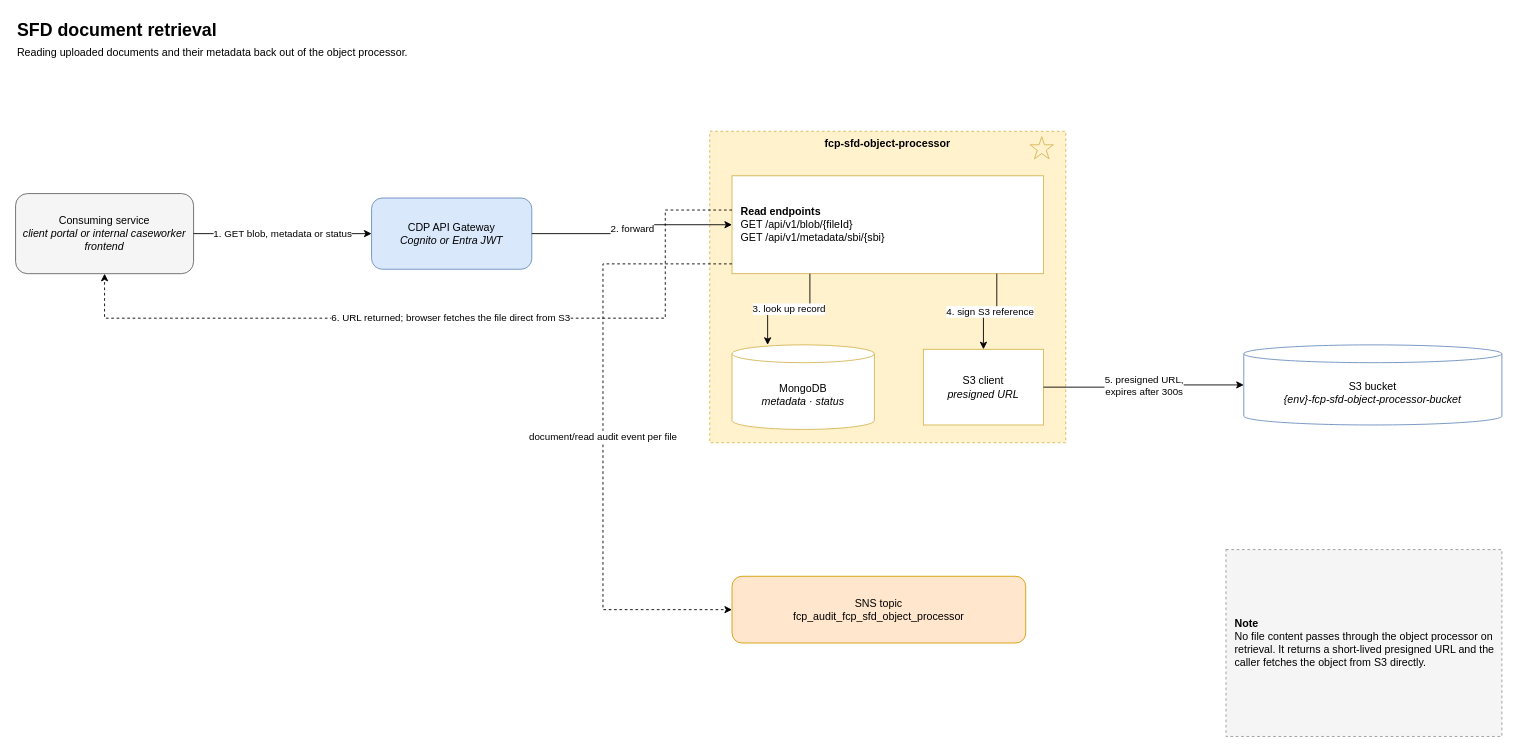
Above: page "Document retrieval" (2 of 2) of docs/diagrams/document-upload.drawio in DEFRA/fcp-sfd-core (draw.io), before the change. Source tidied: cells renumbered, new cells numbered last; positions are measured from the earlier drawing's top-left corner, leaving out a move shared by most shapes. Both pictures are drawn from the tidied source at 89%, with x=0, y=0 at pixel (15, 15).
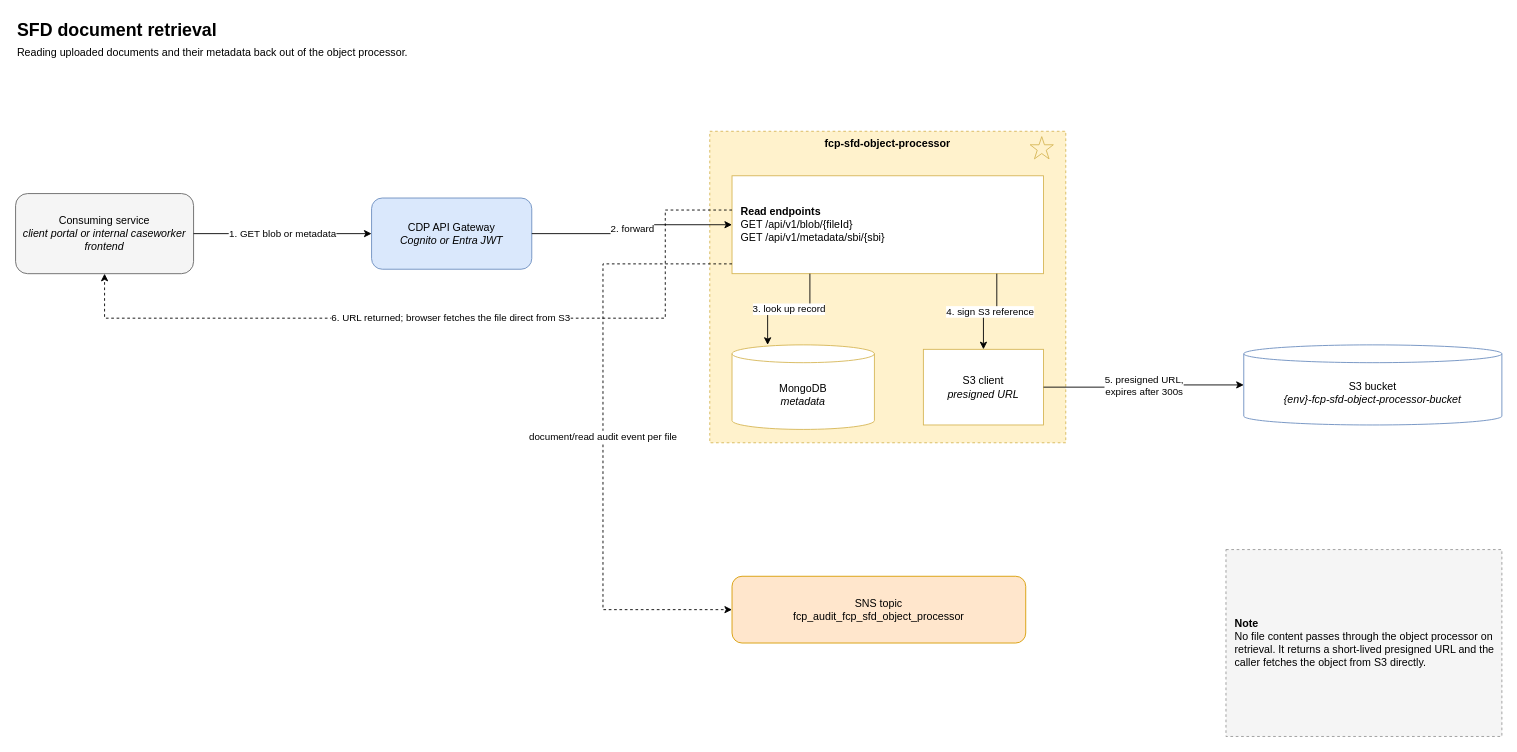
The same page after the edit.

Commit message:
docs: remove status operation from retrieval flow diagram

The change refers to these unchanged cells:
```xml
<mxCell id="4" value="Consuming service&lt;br&gt;&lt;i&gt;client portal or internal caseworker frontend&lt;/i&gt;" style="rounded=1;whiteSpace=wrap;html=1;fillColor=#f5f5f5;strokeColor=#666666;" parent="1" vertex="1">
  <mxGeometry y="200" width="200" height="90" as="geometry" />
</mxCell>
<mxCell id="5" value="CDP API Gateway&lt;br&gt;&lt;i&gt;Cognito or Entra JWT&lt;/i&gt;" style="rounded=1;whiteSpace=wrap;html=1;fillColor=#dae8fc;strokeColor=#6c8ebf;" parent="1" vertex="1">
  <mxGeometry x="400" y="205" width="180" height="80" as="geometry" />
</mxCell>
```

Change to the diagram source:
```diff
@@
-    <mxCell id="9" value="MongoDB&lt;br&gt;&lt;i&gt;metadata · status&lt;/i&gt;" style="shape=cylinder3;boundedLbl=1;backgroundOutline=1;size=10;whiteSpace=wrap;html=1;fillColor=#ffffff;strokeColor=#d6b656;" parent="1" vertex="1">
+    <mxCell id="9" value="MongoDB&lt;br&gt;&lt;i&gt;metadata&lt;/i&gt;" style="shape=cylinder3;boundedLbl=1;backgroundOutline=1;size=10;whiteSpace=wrap;html=1;fillColor=#ffffff;strokeColor=#d6b656;" parent="1" vertex="1">
       <mxGeometry x="805" y="370" width="160" height="95" as="geometry" />
     </mxCell>
@@
-    <mxCell id="13" value="1. GET blob, metadata or status" style="edgeStyle=orthogonalEdgeStyle;rounded=0;html=1;" parent="1" edge="1" source="4" target="5">
+    <mxCell id="13" value="1. GET blob or metadata" style="edgeStyle=orthogonalEdgeStyle;rounded=0;html=1;" parent="1" edge="1" source="4" target="5">
       <mxGeometry relative="1" as="geometry" />
     </mxCell>
```
